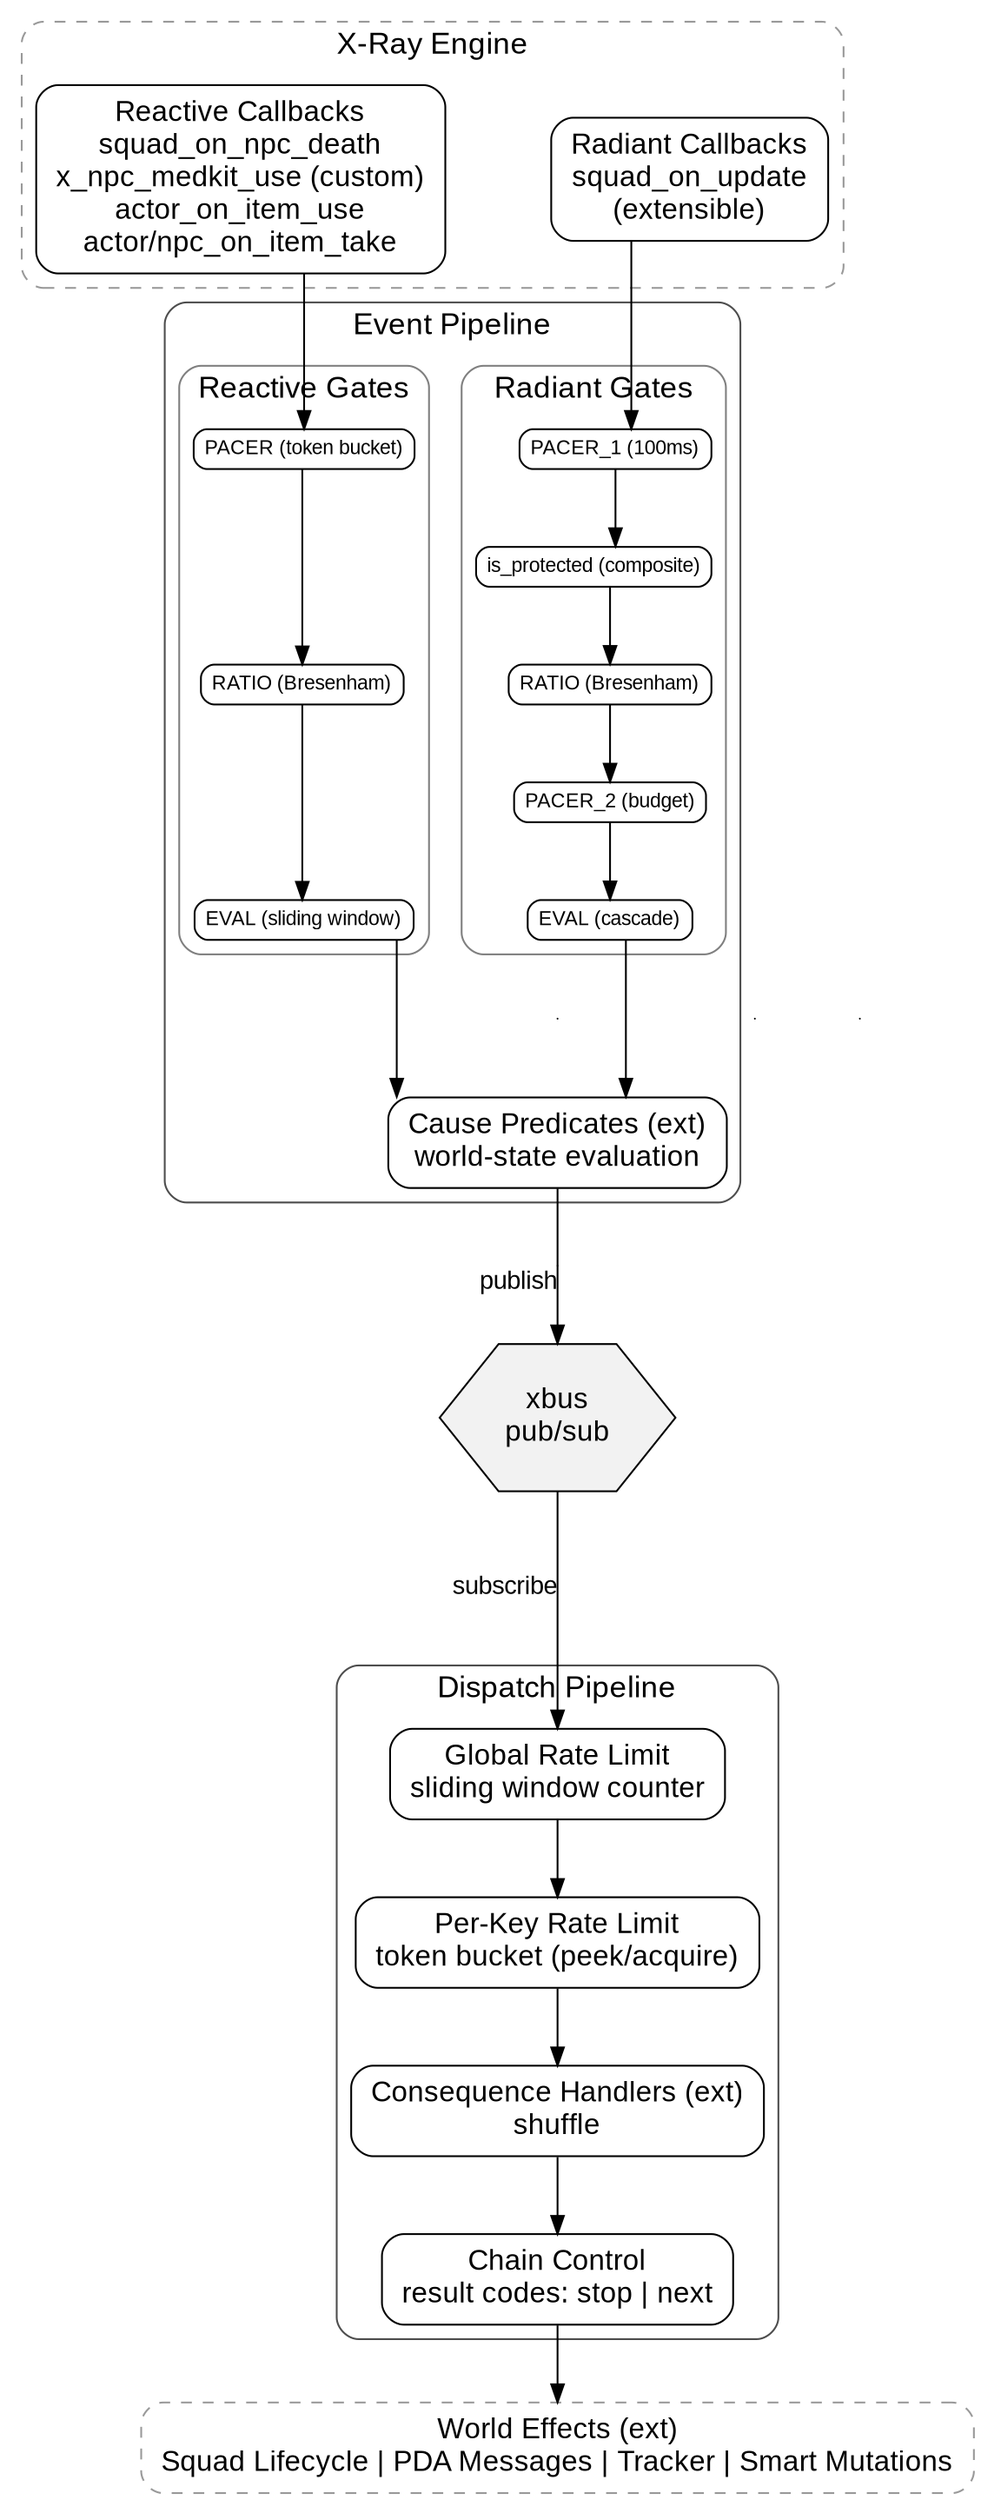
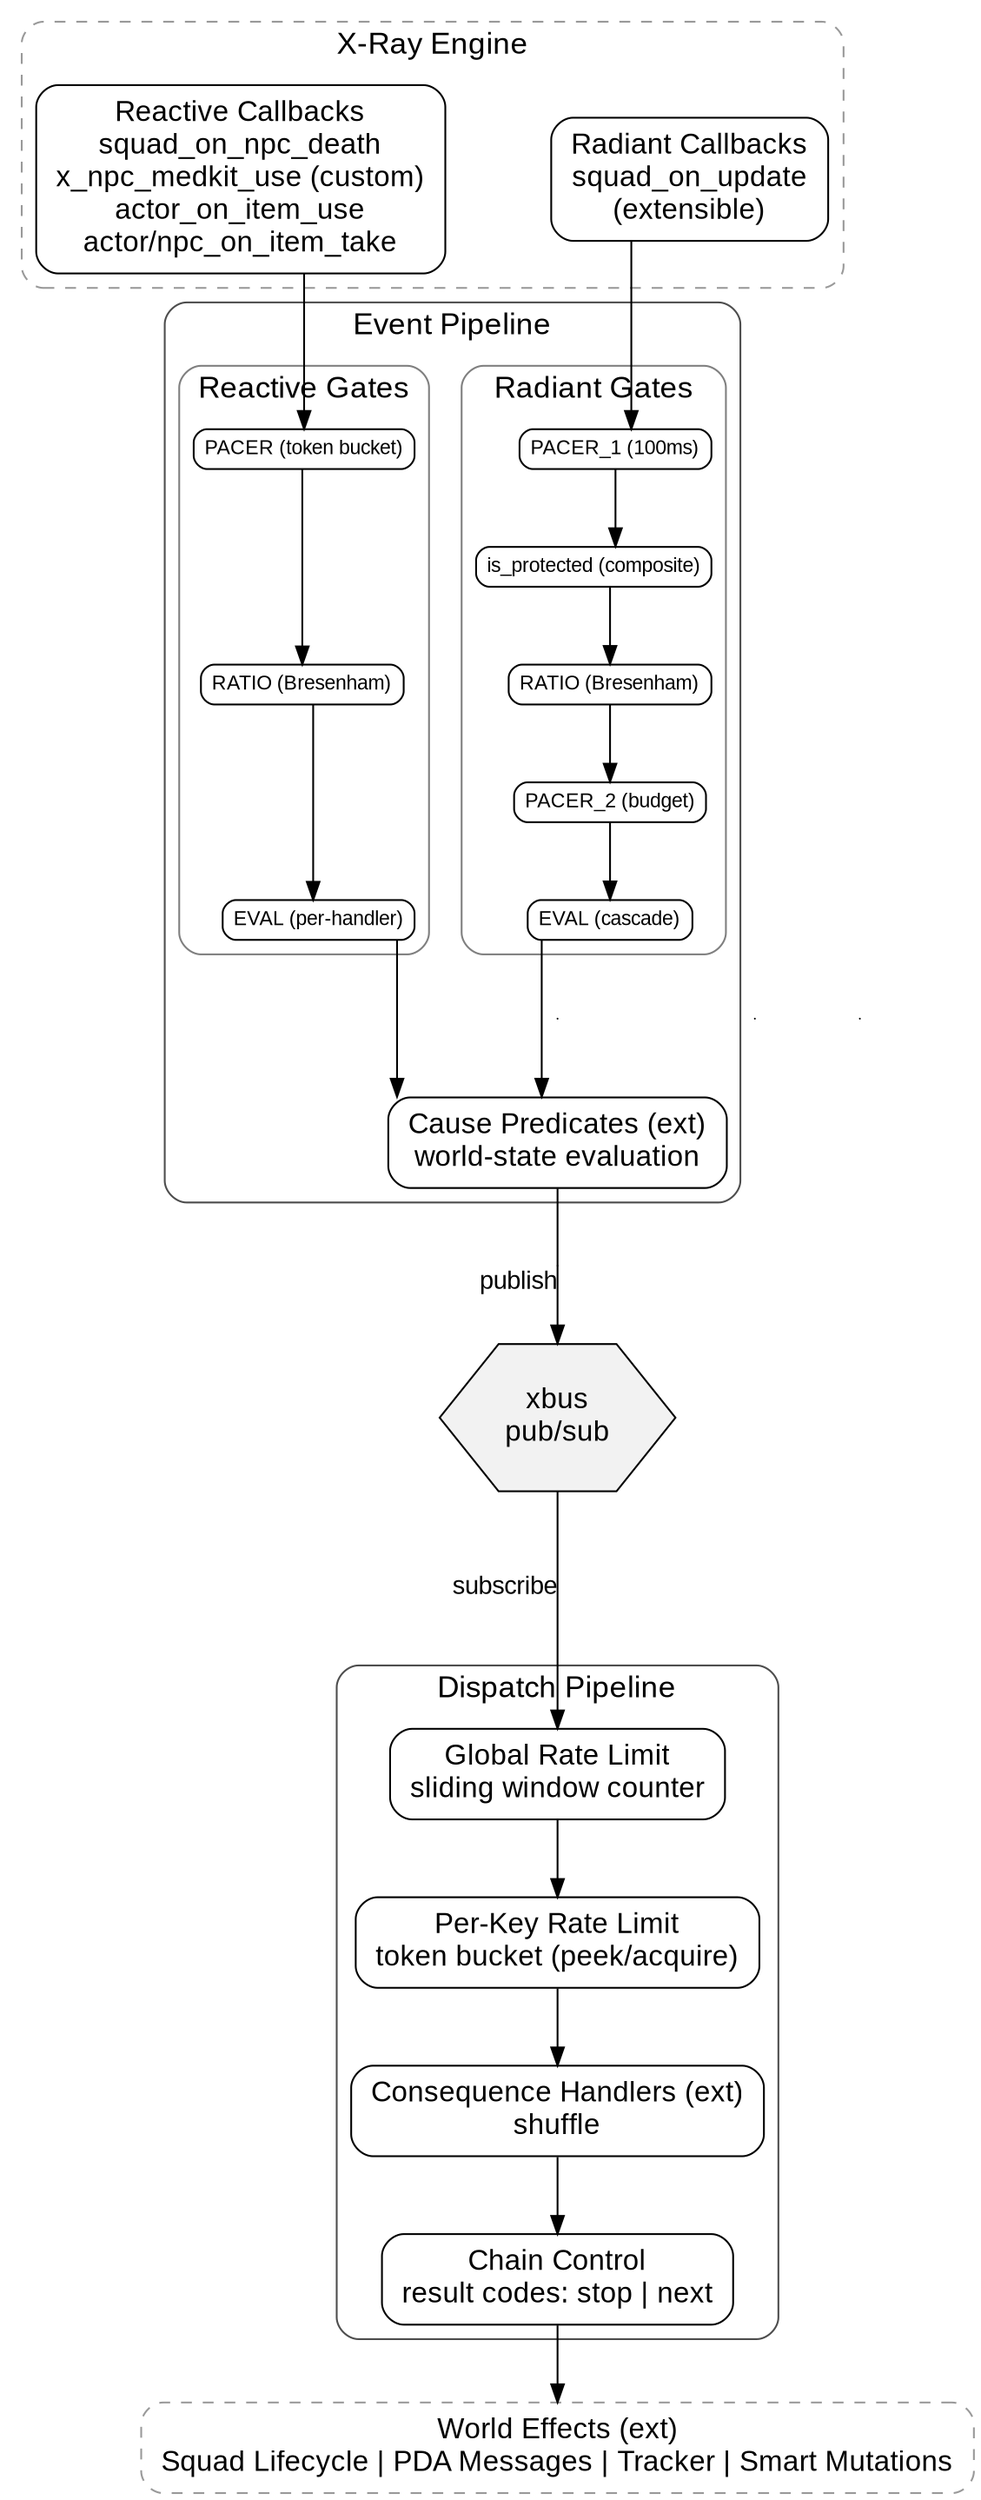
digraph system_overview {
    // Layout
    rankdir=TB
    splines=ortho
    compound=true
    newrank=true
    nodesep=0.8
    ranksep=0.6

    // Defaults
    node [shape=box, style="rounded,filled", fillcolor=white,
          fontsize=16, fontname="Arial", margin="0.15,0.1"]
    edge [fontsize=14, fontname="Arial"]
    graph [fontsize=17, fontname="Arial"]

    // X-Ray Engine
    subgraph cluster_xray {
        label="X-Ray Engine"
        style="rounded,dashed"
        color=gray60

        radiant [label="Radiant Callbacks\nsquad_on_update\n(extensible)"]
        reactive [label="Reactive Callbacks\nsquad_on_npc_death\nx_npc_medkit_use (custom)\nactor_on_item_use\nactor/npc_on_item_take"]
    }

    // Event Pipeline
    subgraph cluster_event {
        label="Event Pipeline"
        style=rounded
        color=gray30

        // Gate nodes - smaller font, tighter
        node [fontsize=11, margin="0.08,0.04", height=0.3, width=1.0]

        // Radiant gate chain
        subgraph cluster_radiant {
            label="Radiant Gates"
            style=rounded
            color=gray50

            rg1 [label="PACER_1 (100ms)"]
            rg2 [label="is_protected (composite)"]
            rg3 [label="RATIO (Bresenham)"]
            rg4 [label="PACER_2 (budget)"]
            rg5 [label="EVAL (cascade)"]

            rg1 -> rg2
            rg2 -> rg3
            rg3 -> rg4
            rg4 -> rg5
        }

        // Reactive gate chain
        subgraph cluster_reactive {
            label="Reactive Gates"
            style=rounded
            color=gray50

            xg1 [label="PACER (token bucket)"]
            xg2 [label="RATIO (Bresenham)"]
-             xg3 [label="EVAL (sliding window)"]
+             xg3 [label="EVAL (per-handler)"]

            xg1 -> xg2
            xg2 -> xg3
        }

        // Invisible centering node
        gate_center [shape=point, width=0, height=0]

        // Reset node style for predicate
        node [fontsize=16, margin="0.15,0.1", height=0, width=0]
        predicate [label="Cause Predicates (ext)\nworld-state evaluation"]
    }

    // Force gate chains side by side with center point
    {rank=same; rg1; xg1}
    {rank=same; rg3; xg2}
    {rank=same; rg5; xg3}
    radiant_invis [shape=point, width=0, height=0]
    reactive_invis [shape=point, width=0, height=0]
    {rank=same; radiant_invis; gate_center; reactive_invis}
    rg5 -> radiant_invis [style=invis]
    xg3 -> reactive_invis [style=invis]
    radiant_invis -> gate_center [style=invis]
    gate_center -> reactive_invis [style=invis]

    // Spacer to lengthen edge before xbus
    pre_bus [shape=point, width=0, height=0]

    // xbus boundary
    bus [shape=hexagon, label="xbus\npub/sub", style=filled, fillcolor=gray95]

    // Dispatch Pipeline
    subgraph cluster_dispatch {
        label="Dispatch Pipeline"
        style=rounded
        color=gray30
        node [fontsize=16, margin="0.15,0.1", height=0, width=0]

        global_rate [label="Global Rate Limit\nsliding window counter"]
        per_rate [label="Per-Key Rate Limit\ntoken bucket (peek/acquire)"]
        handlers [label="Consequence Handlers (ext)\nshuffle"]
        chain [label="Chain Control\nresult codes: stop | next"]

        global_rate -> per_rate
        per_rate -> handlers
        handlers -> chain
    }

    // World Effects
    effects [label="World Effects (ext)\nSquad Lifecycle | PDA Messages | Tracker | Smart Mutations",
             style="rounded,dashed", color=gray60]

    // Flow
    radiant -> rg1
    reactive -> xg1
    gate_center -> predicate [style=invis, weight=100]
    rg5 -> predicate
    xg3 -> predicate
    predicate -> pre_bus [arrowhead=none]
    pre_bus -> bus [xlabel="publish"]
    bus -> global_rate [xlabel="subscribe", minlen=3]
    chain -> effects
}
